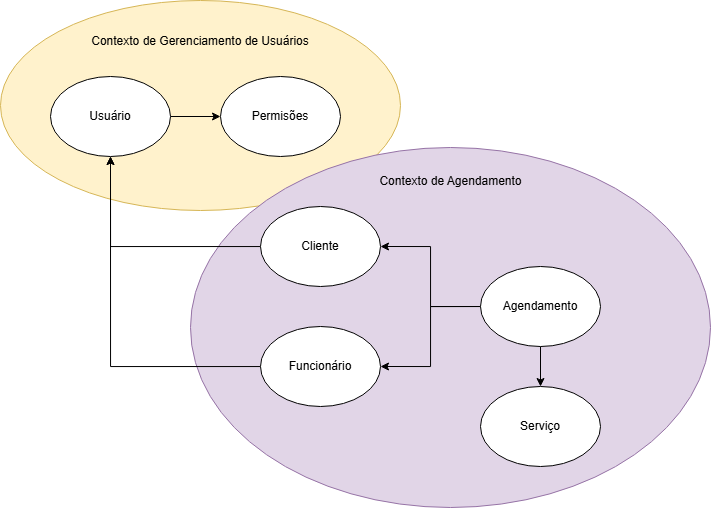
The draw.io diagram docs/digs/BoundedContexts.drawio.png in henriquevenancio99/ifsc-projeto-integrador, before a commit. Source tidied: cells renumbered, new cells last; positions are measured from the earlier drawing's top-left corner, leaving out a move shared by most shapes.
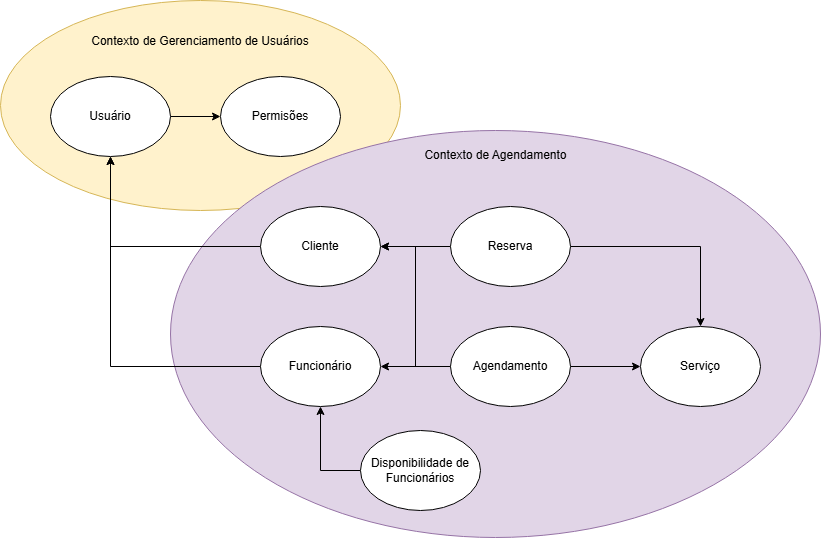
The same diagram one commit later.

Commit message:
docs: update bunded context dig

The edit, as a diff of the source:
```diff
@@ -6,7 +6,7 @@
       <mxGeometry width="400" height="210" as="geometry" />
     </mxCell>
     <mxCell id="3" style="ellipse;whiteSpace=wrap;html=1;fillColor=#e1d5e7;strokeColor=#9673a6;" parent="1" vertex="1">
-      <mxGeometry x="190" y="147" width="520" height="360" as="geometry" />
+      <mxGeometry x="170" y="130" width="650" height="407" as="geometry" />
     </mxCell>
     <mxCell id="4" style="edgeStyle=orthogonalEdgeStyle;rounded=0;jettySize=auto;html=1;entryX=0.5;entryY=1;entryDx=0;entryDy=0;" parent="1" edge="1" source="5" target="7">
       <mxGeometry relative="1" as="geometry" />
@@ -30,30 +30,40 @@
       <mxGeometry x="220" y="76" width="120" height="80" as="geometry" />
     </mxCell>
     <mxCell id="11" value="Serviço" style="ellipse;whiteSpace=wrap;html=1;" parent="1" vertex="1">
-      <mxGeometry x="480" y="386" width="120" height="80" as="geometry" />
+      <mxGeometry x="640" y="326" width="120" height="80" as="geometry" />
     </mxCell>
     <mxCell id="12" style="edgeStyle=orthogonalEdgeStyle;rounded=0;jettySize=auto;html=1;entryX=1;entryY=0.5;entryDx=0;entryDy=0;" parent="1" edge="1" source="15" target="5">
       <mxGeometry relative="1" as="geometry" />
     </mxCell>
+    <mxCell id="14" style="edgeStyle=orthogonalEdgeStyle;rounded=0;jettySize=auto;html=1;entryX=0;entryY=0.5;entryDx=0;entryDy=0;" parent="1" edge="1" source="15" target="11">
+      <mxGeometry relative="1" as="geometry" />
+    </mxCell>
-    <mxCell id="13" style="edgeStyle=orthogonalEdgeStyle;rounded=0;jettySize=auto;html=1;exitX=0;exitY=0.5;exitDx=0;exitDy=0;entryX=1;entryY=0.5;entryDx=0;entryDy=0;" parent="1" edge="1" source="15" target="9">
-      <mxGeometry relative="1" as="geometry">
-        <Array as="points">
-          <mxPoint x="430" y="306" />
-          <mxPoint x="430" y="246" />
-        </Array>
-      </mxGeometry>
+    <mxCell id="13" style="edgeStyle=orthogonalEdgeStyle;rounded=0;jettySize=auto;html=1;entryX=1;entryY=0.5;entryDx=0;entryDy=0;" parent="1" edge="1" source="15" target="9">
+      <mxGeometry relative="1" as="geometry" />
     </mxCell>
-    <mxCell id="14" style="edgeStyle=orthogonalEdgeStyle;rounded=0;jettySize=auto;html=1;entryX=0.5;entryY=0;entryDx=0;entryDy=0;" parent="1" edge="1" source="15" target="11">
-      <mxGeometry relative="1" as="geometry" />
-    </mxCell>
     <mxCell id="15" value="Agendamento" style="ellipse;whiteSpace=wrap;html=1;" parent="1" vertex="1">
-      <mxGeometry x="480" y="266" width="120" height="80" as="geometry" />
+      <mxGeometry x="450" y="326" width="120" height="80" as="geometry" />
     </mxCell>
     <mxCell id="16" value="Contexto de Gerenciamento de Usuários" style="text;html=1;align=center;verticalAlign=middle;whiteSpace=wrap;rounded=0;" parent="1" vertex="1">
       <mxGeometry x="81.2" y="26" width="237.5" height="30" as="geometry" />
     </mxCell>
     <mxCell id="17" value="Contexto de Agendamento" style="text;html=1;align=center;verticalAlign=middle;whiteSpace=wrap;rounded=0;" parent="1" vertex="1">
-      <mxGeometry x="352.5" y="166" width="195" height="30" as="geometry" />
+      <mxGeometry x="397.5" y="140" width="195" height="30" as="geometry" />
     </mxCell>
+    <mxCell id="18" style="edgeStyle=orthogonalEdgeStyle;rounded=0;jettySize=auto;html=1;entryX=0.5;entryY=0;entryDx=0;entryDy=0;" parent="1" edge="1" source="20" target="11">
+      <mxGeometry relative="1" as="geometry" />
+    </mxCell>
+    <mxCell id="19" style="edgeStyle=orthogonalEdgeStyle;rounded=0;jettySize=auto;html=1;entryX=1;entryY=0.5;entryDx=0;entryDy=0;" parent="1" edge="1" source="20" target="9">
+      <mxGeometry relative="1" as="geometry" />
+    </mxCell>
+    <mxCell id="20" value="Reserva" style="ellipse;whiteSpace=wrap;html=1;" parent="1" vertex="1">
+      <mxGeometry x="450" y="206" width="120" height="80" as="geometry" />
+    </mxCell>
+    <mxCell id="21" style="edgeStyle=orthogonalEdgeStyle;rounded=0;jettySize=auto;html=1;entryX=0.5;entryY=1;entryDx=0;entryDy=0;exitX=0;exitY=0.5;exitDx=0;exitDy=0;" parent="1" edge="1" source="22" target="5">
+      <mxGeometry relative="1" as="geometry" />
+    </mxCell>
+    <mxCell id="22" value="Disponibilidade de Funcionários" style="ellipse;whiteSpace=wrap;html=1;" parent="1" vertex="1">
+      <mxGeometry x="360" y="430" width="120" height="80" as="geometry" />
+    </mxCell>
   </root>
 </mxGraphModel>
```
